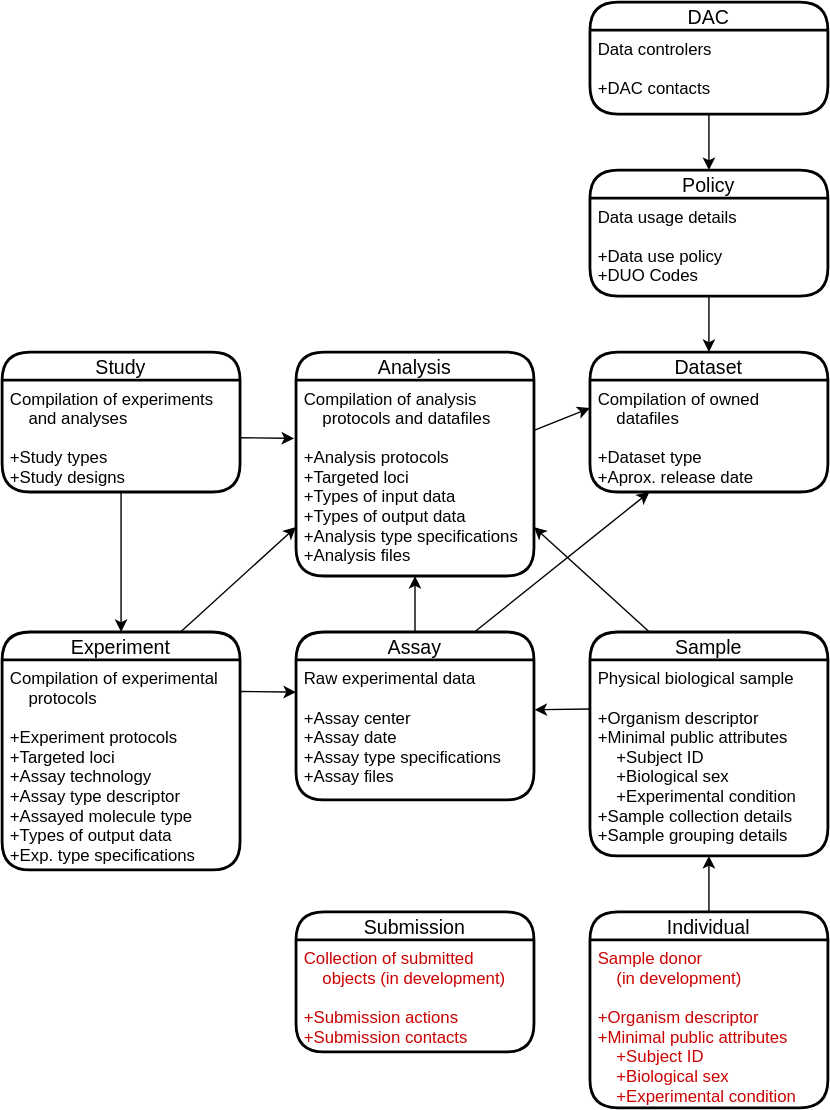
Above: docs/metadata_model/diagrams/20220328_EGA_Metadata_Model2.drawio.svg in EbiEga/ega-metadata-schema (draw.io), before the change. Source tidied: cells renumbered, new cells last; positions are measured from the earlier drawing's top-left corner, leaving out a move shared by most shapes.
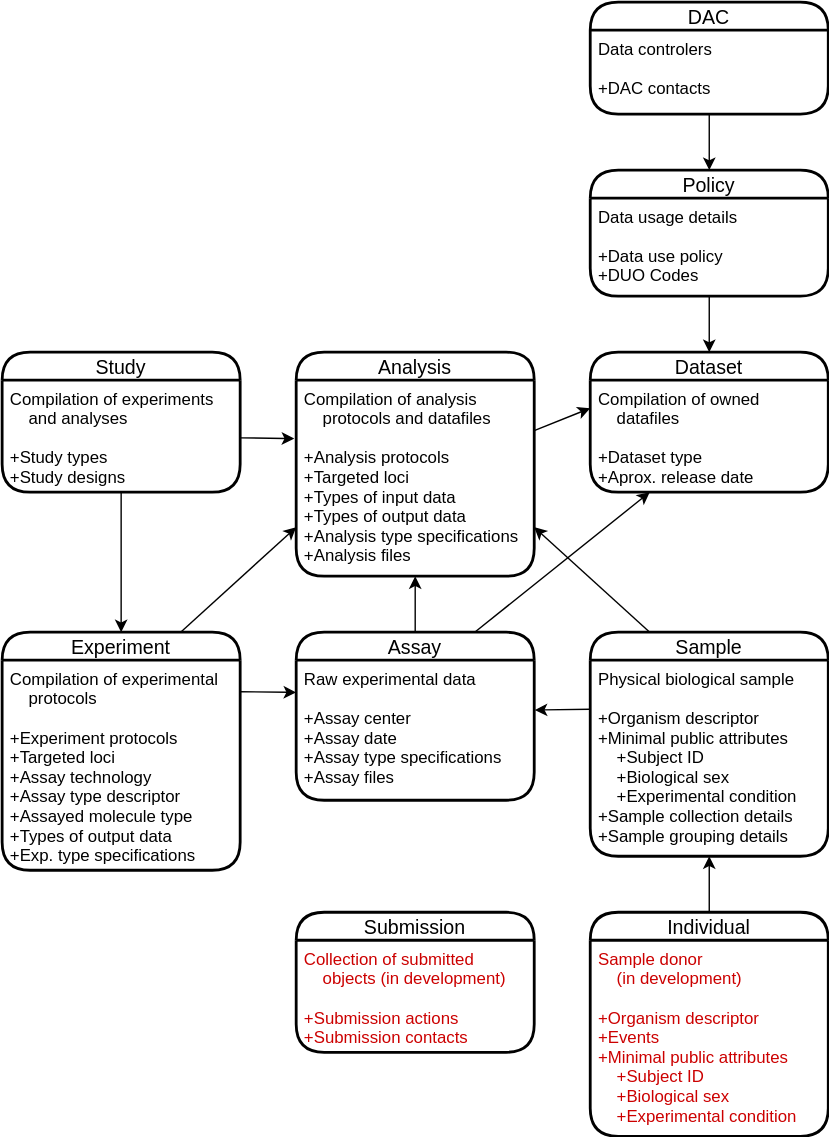
The same diagram one commit later.

Commit message:
EE-2363 - amended typo

Diff of the diagram source:
```diff
@@ -12,10 +12,10 @@
       <mxGeometry relative="1" as="geometry" />
     </mxCell>
     <mxCell id="5" value="Individual" style="swimlane;horizontal=1;startSize=20;rounded=1;fontSize=14;fontStyle=0;strokeWidth=2;shadow=0;dashed=0;align=center;fontFamily=Helvetica;arcSize=43;" parent="1" vertex="1">
-      <mxGeometry x="420" y="650" width="170" height="140" as="geometry" />
+      <mxGeometry x="420" y="650" width="170" height="160" as="geometry" />
     </mxCell>
-    <mxCell id="6" value="Sample donor &#10;    (in development)&#10;&#10;+Organism descriptor&#10;+Minimal public attributes&#10;    +Subject ID&#10;    +Biological sex&#10;    +Experimental condition" style="align=left;strokeColor=none;fillColor=none;spacingLeft=4;fontSize=12;verticalAlign=top;dashed=1;fontFamily=Helvetica;fontColor=#CC0000;" parent="5" vertex="1">
-      <mxGeometry y="20" width="170" height="120" as="geometry" />
+    <mxCell id="6" value="Sample donor &#10;    (in development)&#10;&#10;+Organism descriptor&#10;+Events&#10;+Minimal public attributes&#10;    +Subject ID&#10;    +Biological sex&#10;    +Experimental condition" style="align=left;strokeColor=none;fillColor=none;spacingLeft=4;fontSize=12;verticalAlign=top;dashed=1;fontFamily=Helvetica;fontColor=#CC0000;" parent="5" vertex="1">
+      <mxGeometry y="20" width="170" height="140" as="geometry" />
     </mxCell>
     <mxCell id="7" value="Policy" style="swimlane;horizontal=1;startSize=20;rounded=1;fontSize=14;fontStyle=0;strokeWidth=2;shadow=0;dashed=0;align=center;fontFamily=Helvetica;arcSize=43;" parent="1" vertex="1">
       <mxGeometry x="420" y="120" width="170" height="90" as="geometry" />
```
